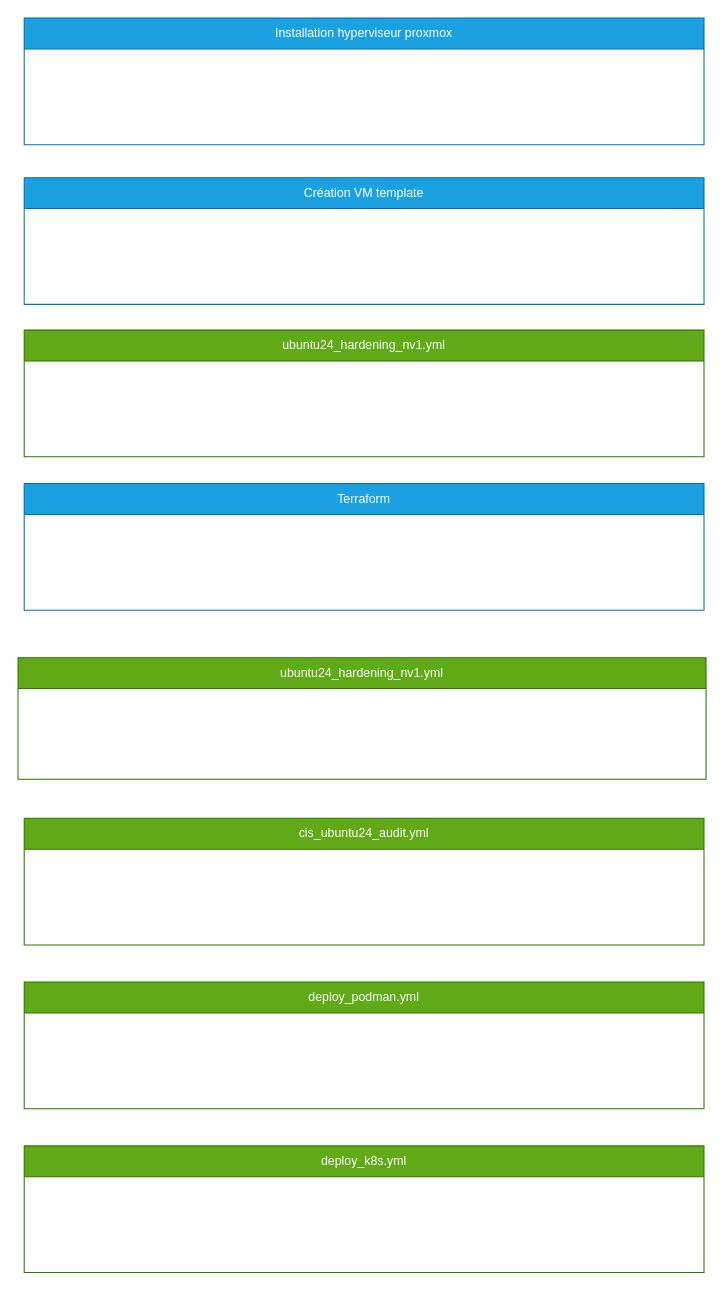
Earlier version of the draw.io diagram page "Ansible workflow" (2 of 3) of Maquette.drawio (egoMasa/DevOps-JFKZ). Source tidied: cells renumbered, new cells numbered last; positions are measured from the earlier drawing's top-left corner, leaving out a move shared by most shapes. Both pictures are drawn from the tidied source at 103%, with x=0, y=0 at pixel (18, 18).
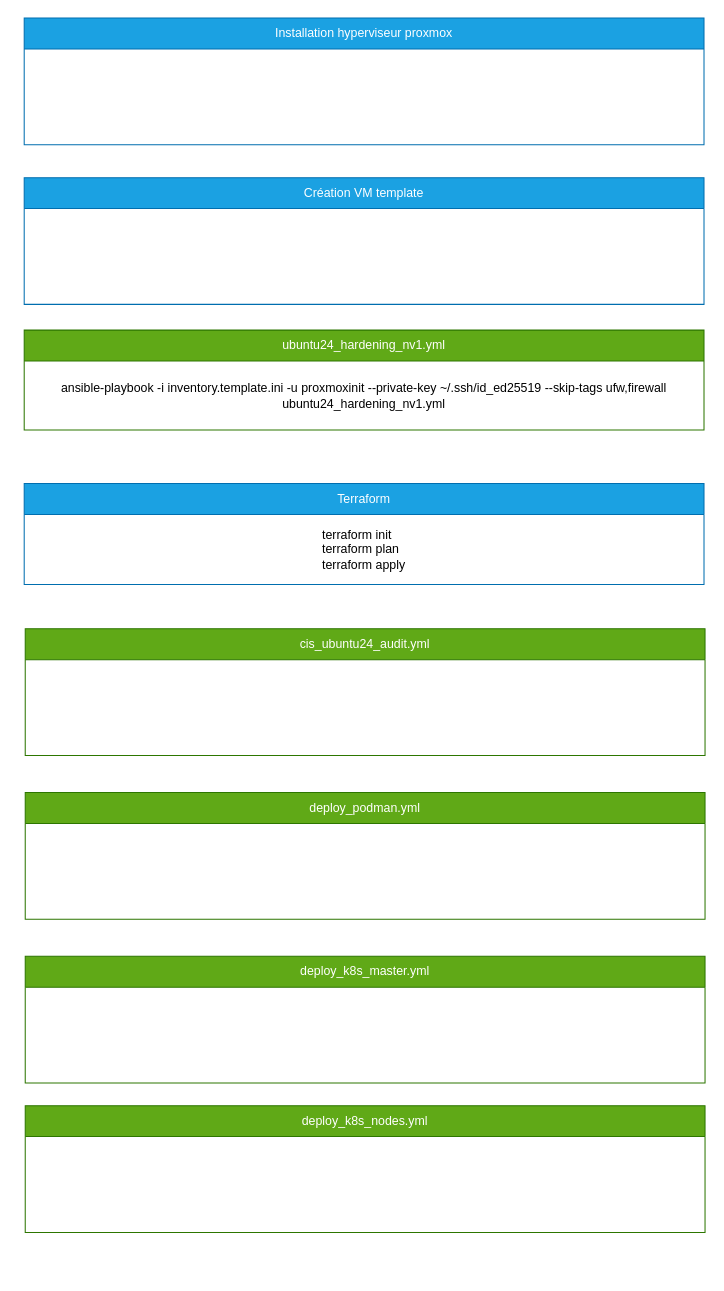
Above is the later version.

Commit message:
Mettre à jour Maquette.drawio

Diff of the diagram source:
```diff
@@
 <mxGraphModel>
   <root>
     <mxCell id="0" />
     <mxCell id="1" parent="0" />
-    <mxCell id="2" value="ubuntu24_hardening_nv1.yml" style="swimlane;fontStyle=0;horizontal=1;startSize=30;whiteSpace=wrap;html=1;fillColor=#60a917;strokeColor=#2D7600;fontColor=#ffffff;" parent="1" vertex="1">
-      <mxGeometry y="621" width="668" height="118" as="geometry" />
-    </mxCell>
     <mxCell id="3" value="deploy_podman.yml" style="swimlane;fontStyle=0;horizontal=1;startSize=30;whiteSpace=wrap;html=1;fillColor=#60a917;strokeColor=#2D7600;fontColor=#ffffff;" parent="1" vertex="1">
-      <mxGeometry x="6" y="936" width="660" height="123" as="geometry" />
+      <mxGeometry x="7" y="752" width="660" height="123" as="geometry" />
     </mxCell>
     <mxCell id="4" value="cis_ubuntu24_audit.yml" style="swimlane;fontStyle=0;horizontal=1;startSize=30;whiteSpace=wrap;html=1;fillColor=#60a917;strokeColor=#2D7600;fontColor=#ffffff;" parent="1" vertex="1">
-      <mxGeometry x="6" y="777" width="660" height="123" as="geometry" />
+      <mxGeometry x="7" y="593" width="660" height="123" as="geometry" />
     </mxCell>
-    <mxCell id="5" value="deploy_k8s.yml" style="swimlane;fontStyle=0;horizontal=1;startSize=30;whiteSpace=wrap;html=1;fillColor=#60a917;strokeColor=#2D7600;fontColor=#ffffff;" parent="1" vertex="1">
-      <mxGeometry x="6" y="1095" width="660" height="123" as="geometry" />
+    <mxCell id="5" value="deploy_k8s_master.yml" style="swimlane;fontStyle=0;horizontal=1;startSize=30;whiteSpace=wrap;html=1;fillColor=#60a917;strokeColor=#2D7600;fontColor=#ffffff;" parent="1" vertex="1">
+      <mxGeometry x="7" y="911" width="660" height="123" as="geometry" />
     </mxCell>
-    <mxCell id="6" value="Terraform" style="swimlane;fontStyle=0;horizontal=1;startSize=30;whiteSpace=wrap;html=1;fillColor=#1ba1e2;strokeColor=#006EAF;fontColor=#ffffff;" parent="1" vertex="1">
-      <mxGeometry x="6" y="452" width="660" height="123" as="geometry" />
+    <mxCell id="6" value="Terraform" style="swimlane;fontStyle=0;horizontal=1;startSize=30;whiteSpace=wrap;html=1;fillColor=#1ba1e2;strokeColor=#006EAF;fontColor=#ffffff;align=center;" parent="1" vertex="1">
+      <mxGeometry x="6" y="452" width="660" height="98" as="geometry" />
     </mxCell>
+    <mxCell id="10" value="&lt;div align=&quot;justify&quot;&gt;terraform init&lt;/div&gt;&lt;div align=&quot;justify&quot;&gt;terraform plan&lt;/div&gt;&lt;div align=&quot;justify&quot;&gt;terraform apply&lt;/div&gt;" style="text;html=1;whiteSpace=wrap;strokeColor=none;fillColor=none;align=center;verticalAlign=middle;rounded=0;" parent="6" vertex="1">
+      <mxGeometry y="30" width="660" height="68" as="geometry" />
+    </mxCell>
     <mxCell id="7" value="Création VM template" style="swimlane;fontStyle=0;horizontal=1;startSize=30;whiteSpace=wrap;html=1;fillColor=#1ba1e2;strokeColor=#006EAF;fontColor=#ffffff;" parent="1" vertex="1">
       <mxGeometry x="6" y="155" width="660" height="123" as="geometry" />
     </mxCell>
     <mxCell id="8" value="Installation hyperviseur proxmox" style="swimlane;fontStyle=0;horizontal=1;startSize=30;whiteSpace=wrap;html=1;fillColor=#1ba1e2;strokeColor=#006EAF;fontColor=#ffffff;" parent="1" vertex="1">
       <mxGeometry x="6" width="660" height="123" as="geometry" />
     </mxCell>
     <mxCell id="9" value="ubuntu24_hardening_nv1.yml" style="swimlane;fontStyle=0;horizontal=1;startSize=30;whiteSpace=wrap;html=1;fillColor=#60a917;strokeColor=#2D7600;fontColor=#ffffff;" parent="1" vertex="1">
-      <mxGeometry x="6" y="303" width="660" height="123" as="geometry" />
+      <mxGeometry x="6" y="303" width="660" height="97" as="geometry" />
     </mxCell>
+    <mxCell id="11" value="ansible-playbook -i inventory.template.ini -u proxmoxinit --private-key ~/.ssh/id_ed25519 --skip-tags ufw,firewall ubuntu24_hardening_nv1.yml" style="text;html=1;whiteSpace=wrap;strokeColor=none;fillColor=none;align=center;verticalAlign=middle;rounded=0;" parent="9" vertex="1">
+      <mxGeometry y="30" width="660" height="67" as="geometry" />
+    </mxCell>
+    <mxCell id="12" value="deploy_k8s_nodes.yml" style="swimlane;fontStyle=0;horizontal=1;startSize=30;whiteSpace=wrap;html=1;fillColor=#60a917;strokeColor=#2D7600;fontColor=#ffffff;" parent="1" vertex="1">
+      <mxGeometry x="7" y="1056" width="660" height="123" as="geometry" />
+    </mxCell>
   </root>
 </mxGraphModel>
```
